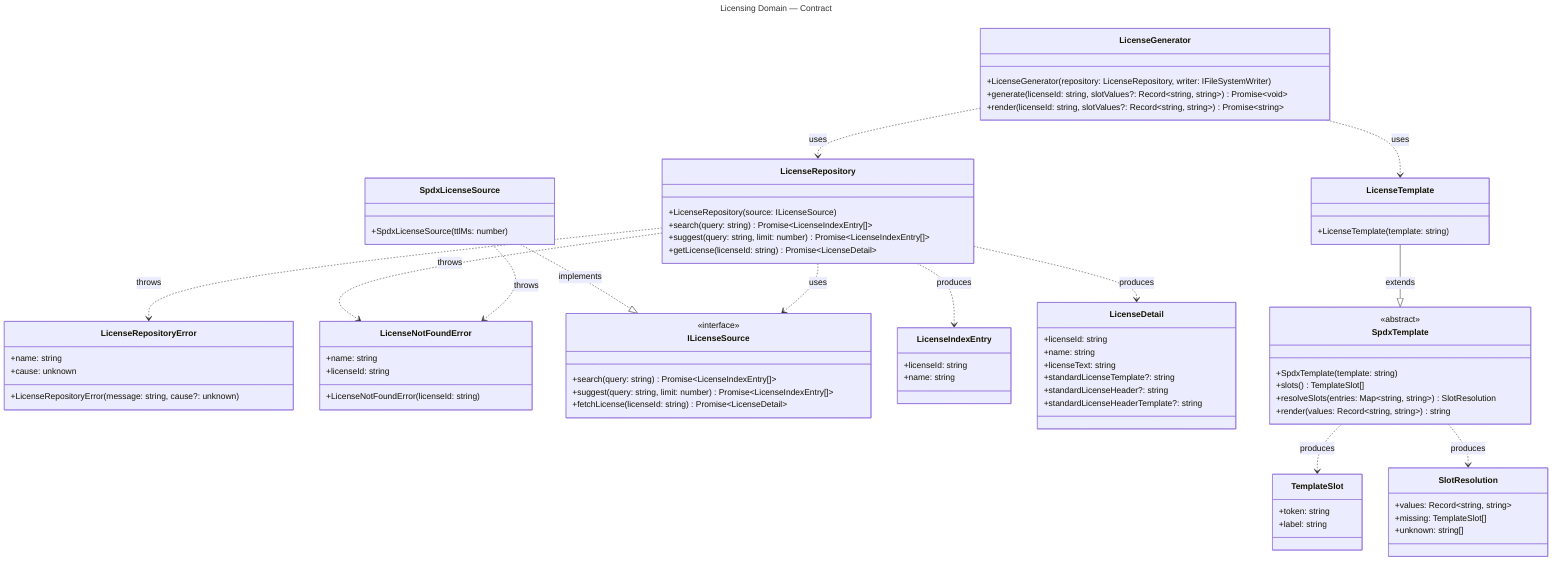
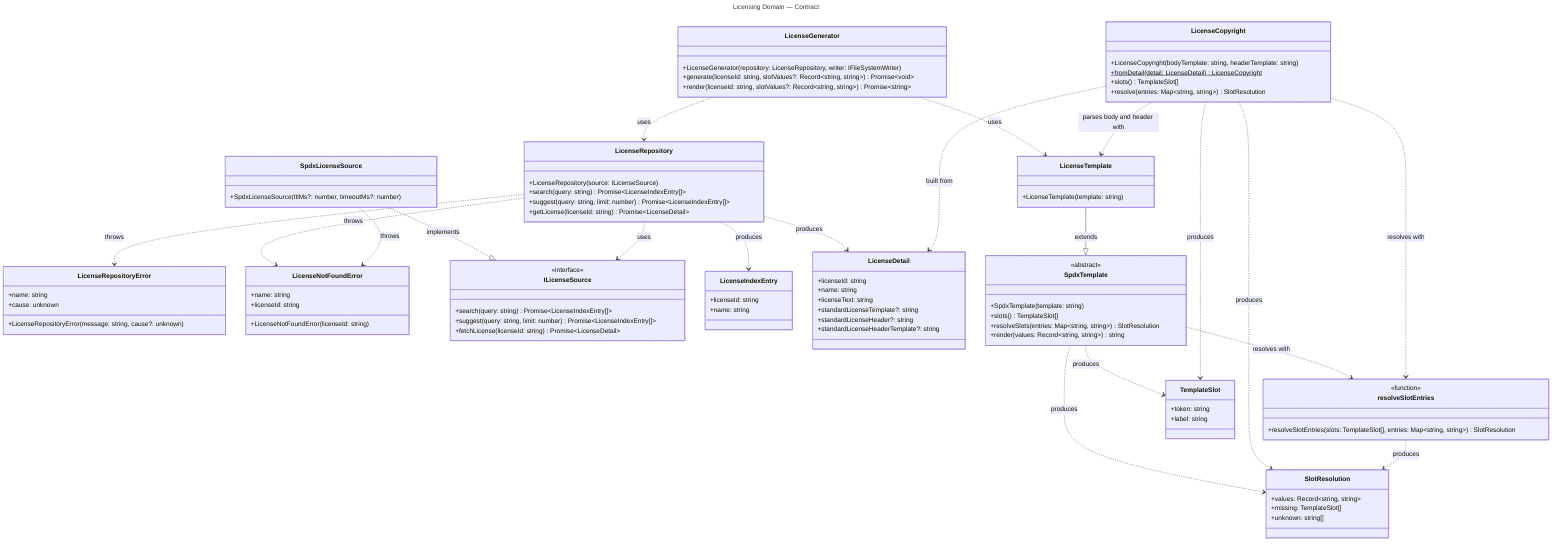
---
title: Licensing Domain — Contract
---
classDiagram
  direction TB

  %% Domain: Licensing (src/licensing)
  %% Focused per-domain view extracted from ../class-diagram.mmd.
  %% Shows ONLY Licensing-domain classes and their intra-domain relationships.
  %% Cross-domain relationships (the generator writes through Configuration;
  %% HeaderTemplate extends SpdxTemplate from Headers; consumers in the bootstrap,
  %% CLI and Headers) are intentionally omitted — see ../class-diagram.mmd.

  class LicenseRepository {
    +LicenseRepository(source: ILicenseSource)
    +search(query: string) Promise~LicenseIndexEntry[]~
    +suggest(query: string, limit: number) Promise~LicenseIndexEntry[]~
    +getLicense(licenseId: string) Promise~LicenseDetail~
  }

  class LicenseRepositoryError {
    +name: string
    +cause: unknown
    +LicenseRepositoryError(message: string, cause?: unknown)
  }

  class LicenseNotFoundError {
    +name: string
    +licenseId: string
    +LicenseNotFoundError(licenseId: string)
  }

  class ILicenseSource {
    <<interface>>
    +search(query: string) Promise~LicenseIndexEntry[]~
    +suggest(query: string, limit: number) Promise~LicenseIndexEntry[]~
    +fetchLicense(licenseId: string) Promise~LicenseDetail~
  }

  class SpdxLicenseSource {
-     +SpdxLicenseSource(ttlMs: number)
+     +SpdxLicenseSource(ttlMs?: number, timeoutMs?: number)
  }

  class LicenseIndexEntry {
    +licenseId: string
    +name: string
  }

  class LicenseDetail {
    +licenseId: string
    +name: string
    +licenseText: string
    +standardLicenseTemplate?: string
    +standardLicenseHeader?: string
    +standardLicenseHeaderTemplate?: string
  }

  class SpdxTemplate {
    <<abstract>>
    +SpdxTemplate(template: string)
    +slots() TemplateSlot[]
    +resolveSlots(entries: Map~string, string~) SlotResolution
    +render(values: Record~string, string~) string
  }

  class LicenseTemplate {
    +LicenseTemplate(template: string)
+   }
+ 
+   class LicenseCopyright {
+     +LicenseCopyright(bodyTemplate: string, headerTemplate: string)
+     +fromDetail(detail: LicenseDetail)$ LicenseCopyright
+     +slots() TemplateSlot[]
+     +resolve(entries: Map~string, string~) SlotResolution
+   }
+ 
+   class resolveSlotEntries {
+     <<function>>
+     +resolveSlotEntries(slots: TemplateSlot[], entries: Map~string, string~) SlotResolution
  }

  class TemplateSlot {
    +token: string
    +label: string
  }

  class SlotResolution {
    +values: Record~string, string~
    +missing: TemplateSlot[]
    +unknown: string[]
  }

  class LicenseGenerator {
    +LicenseGenerator(repository: LicenseRepository, writer: IFileSystemWriter)
    +generate(licenseId: string, slotValues?: Record~string, string~) Promise~void~
    +render(licenseId: string, slotValues?: Record~string, string~) Promise~string~
  }

  SpdxLicenseSource ..|> ILicenseSource : implements
  LicenseRepository ..> ILicenseSource : uses
  LicenseRepository ..> LicenseIndexEntry : produces
  LicenseRepository ..> LicenseDetail : produces
  LicenseRepository ..> LicenseRepositoryError : throws
  LicenseRepository ..> LicenseNotFoundError : throws
  SpdxLicenseSource ..> LicenseNotFoundError : throws
  LicenseGenerator ..> LicenseRepository : uses
  LicenseGenerator ..> LicenseTemplate : uses
  LicenseTemplate --|> SpdxTemplate : extends
  SpdxTemplate ..> TemplateSlot : produces
  SpdxTemplate ..> SlotResolution : produces
+   SpdxTemplate ..> resolveSlotEntries : resolves with
+   LicenseCopyright ..> LicenseTemplate : parses body and header with
+   LicenseCopyright ..> LicenseDetail : built from
+   LicenseCopyright ..> resolveSlotEntries : resolves with
+   LicenseCopyright ..> TemplateSlot : produces
+   LicenseCopyright ..> SlotResolution : produces
+   resolveSlotEntries ..> SlotResolution : produces
